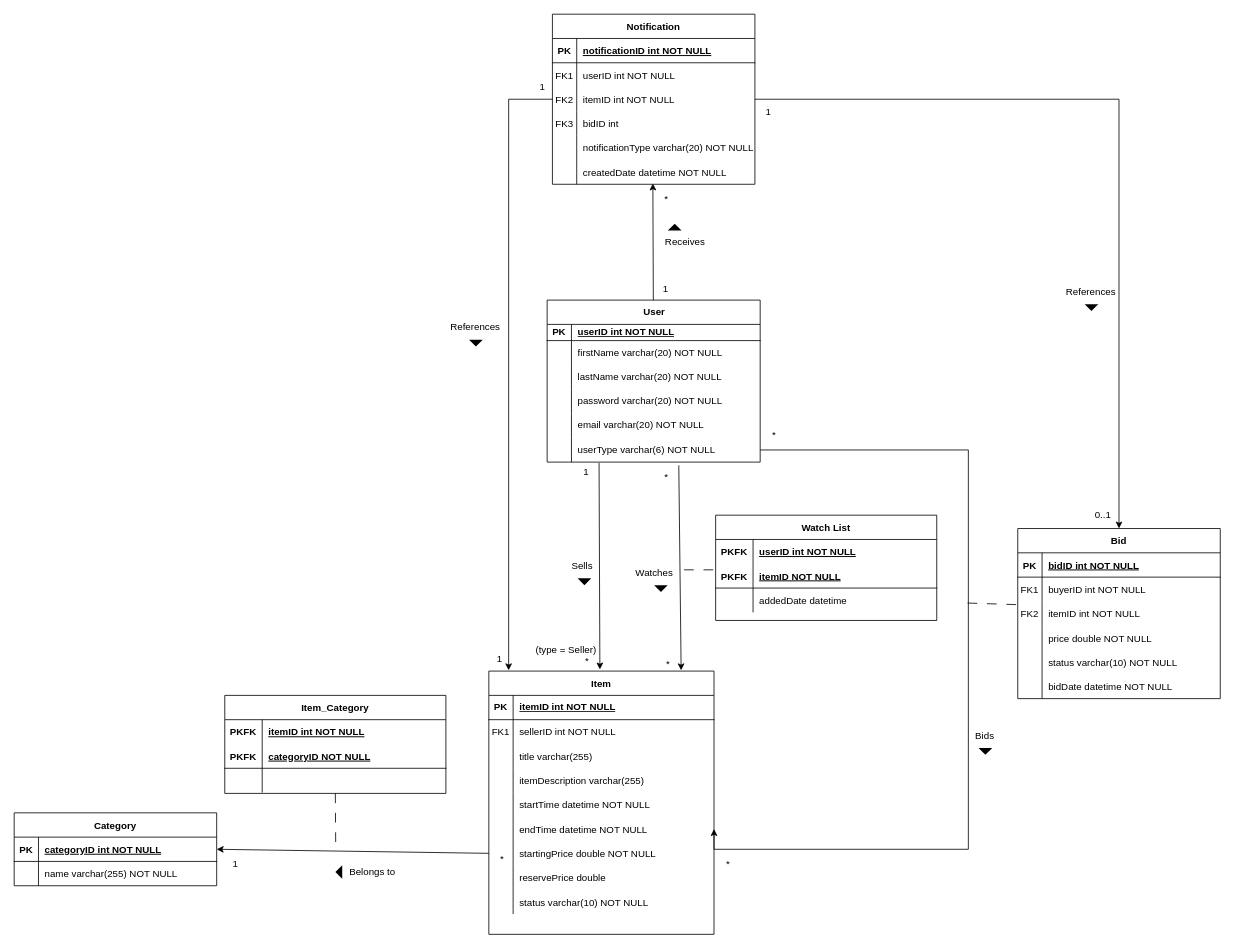
Above: Soran_ER_Diagram.drawio in AnTienHuang/COMP0178 (draw.io), before the change. Source tidied: cells renumbered, new cells numbered last; positions are measured from the earlier drawing's top-left corner, leaving out a move shared by most shapes. Both pictures are drawn from the tidied source at 81%, with x=0, y=0 at pixel (14, 14).
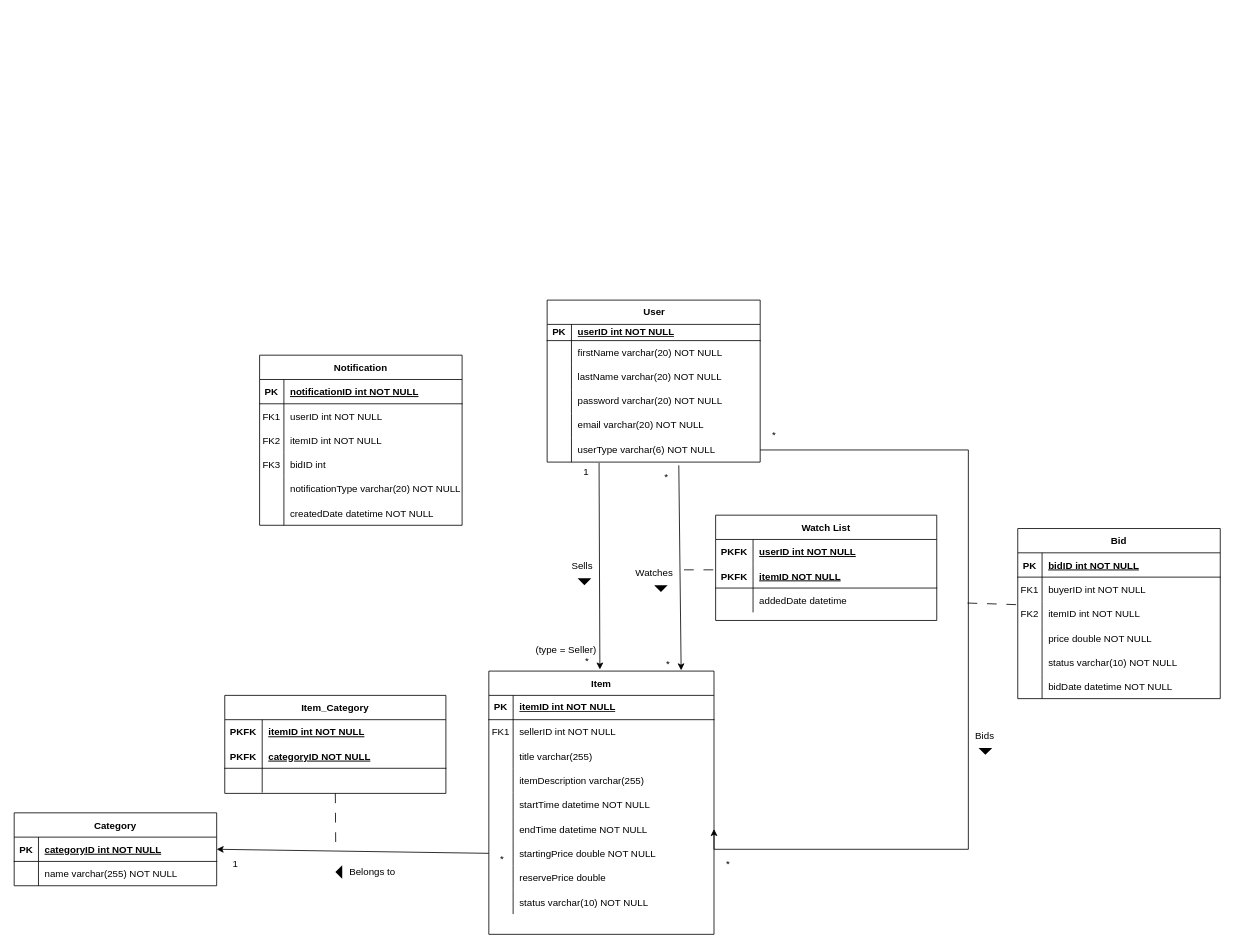
The same diagram, later.

Unchanged cells that the change refers to:
```xml
<mxCell id="3" value="User&lt;br&gt;" style="shape=table;startSize=30;childLayout=tableLayout;rowLines=0;fontStyle=1;align=center;html=1;" parent="1" vertex="1">
  <mxGeometry x="658" y="353" width="263" height="200" as="geometry" />
</mxCell>
<mxCell id="23" value="Bid" style="shape=table;startSize=30;childLayout=tableLayout;rowLines=0;fontStyle=1;align=center;" parent="1" vertex="1">
  <mxGeometry x="1239" y="635" width="250" height="210" as="geometry" />
</mxCell>
<mxCell id="44" value="Item" style="shape=table;startSize=30;childLayout=tableLayout;rowLines=0;fontStyle=1;align=center;swimlaneLine=1;" parent="1" vertex="1">
  <mxGeometry x="586" y="811" width="278" height="325" as="geometry" />
</mxCell>
<mxCell id="126" style="shape=partialRectangle;fillColor=none;points=[[0,0.5],[1,0.5]];portConstraint=eastwest;top=0;left=0;right=0;bottom=0;" parent="119" vertex="1">
  <mxGeometry y="90" width="250" height="30" as="geometry" />
</mxCell>
<mxCell id="135" style="shape=partialRectangle;fillColor=none;points=[[0,0.5],[1,0.5]];portConstraint=eastwest;top=0;left=0;right=0;bottom=0;" parent="119" vertex="1">
  <mxGeometry y="180" width="250" height="30" as="geometry" />
</mxCell>
```

Change to the diagram source:
```diff
@@
     <mxCell id="119" value="Notification" style="shape=table;startSize=30;childLayout=tableLayout;rowLines=0;fontStyle=1;align=center;" parent="1" vertex="1">
-      <mxGeometry x="664.5" width="250" height="210" as="geometry" />
+      <mxGeometry x="303" y="421" width="250" height="210" as="geometry" />
     </mxCell>
@@
-    <mxCell id="138" style="edgeStyle=orthogonalEdgeStyle;rounded=0;jettySize=auto;html=1;entryX=0.5;entryY=0;entryDx=0;entryDy=0;" parent="1" edge="1" source="126" target="23">
-      <mxGeometry relative="1" as="geometry" />
-    </mxCell>
-    <mxCell id="139" style="edgeStyle=orthogonalEdgeStyle;rounded=0;jettySize=auto;html=1;entryX=0.088;entryY=-0.003;entryDx=0;entryDy=0;entryPerimeter=0;" parent="1" edge="1" source="126" target="44">
-      <mxGeometry relative="1" as="geometry" />
-    </mxCell>
-    <mxCell id="140" style="rounded=0;jettySize=auto;html=1;entryX=0.496;entryY=0.967;entryDx=0;entryDy=0;entryPerimeter=0;" parent="1" edge="1" source="3" target="135">
-      <mxGeometry relative="1" as="geometry" />
-    </mxCell>
-    <mxCell id="141" style="triangle;fillColor=strokeColor;rotation=-90;strokeWidth=2;" parent="1" vertex="1">
-      <mxGeometry x="812.5" y="257" width="6" height="12" as="geometry" />
-    </mxCell>
-    <mxCell id="142" value="&lt;font style=&quot;font-size: 12px;&quot;&gt;Receives&lt;/font&gt;" style="text;html=1;align=center;verticalAlign=middle;strokeColor=none;fillColor=none;strokeWidth=5;" parent="1" vertex="1">
-      <mxGeometry x="794.5" y="269" width="67" height="26" as="geometry" />
-    </mxCell>
-    <mxCell id="143" value="*" style="text;html=1;align=center;verticalAlign=middle;strokeColor=none;fillColor=none;" parent="1" vertex="1">
-      <mxGeometry x="793" y="215" width="23" height="26" as="geometry" />
-    </mxCell>
-    <mxCell id="144" value="1" style="text;html=1;align=center;verticalAlign=middle;strokeColor=none;fillColor=none;" parent="1" vertex="1">
-      <mxGeometry x="791" y="327" width="25" height="26" as="geometry" />
-    </mxCell>
-    <mxCell id="145" style="triangle;fillColor=strokeColor;rotation=90;strokeWidth=2;" parent="1" vertex="1">
-      <mxGeometry x="1327" y="356" width="6" height="12" as="geometry" />
-    </mxCell>
-    <mxCell id="146" value="&lt;font style=&quot;font-size: 12px;&quot;&gt;References&lt;/font&gt;" style="text;html=1;align=center;verticalAlign=middle;strokeColor=none;fillColor=none;strokeWidth=5;" parent="1" vertex="1">
-      <mxGeometry x="1289" y="330" width="79" height="26" as="geometry" />
-    </mxCell>
-    <mxCell id="147" value="1" style="text;html=1;align=center;verticalAlign=middle;strokeColor=none;fillColor=none;" parent="1" vertex="1">
-      <mxGeometry x="918" y="108" width="25" height="26" as="geometry" />
-    </mxCell>
-    <mxCell id="148" value="0..1" style="text;html=1;align=center;verticalAlign=middle;strokeColor=none;fillColor=none;" parent="1" vertex="1">
-      <mxGeometry x="1325" y="605" width="38" height="26" as="geometry" />
-    </mxCell>
-    <mxCell id="149" value="1" style="text;html=1;align=center;verticalAlign=middle;strokeColor=none;fillColor=none;" parent="1" vertex="1">
-      <mxGeometry x="639.5" y="77" width="25" height="26" as="geometry" />
-    </mxCell>
-    <mxCell id="150" style="triangle;fillColor=strokeColor;rotation=90;strokeWidth=2;" parent="1" vertex="1">
-      <mxGeometry x="567" y="400" width="6" height="12" as="geometry" />
-    </mxCell>
-    <mxCell id="151" value="&lt;font style=&quot;font-size: 12px;&quot;&gt;References&lt;/font&gt;" style="text;html=1;align=center;verticalAlign=middle;strokeColor=none;fillColor=none;strokeWidth=5;" parent="1" vertex="1">
-      <mxGeometry x="529" y="374" width="79" height="26" as="geometry" />
-    </mxCell>
-    <mxCell id="152" value="1" style="text;html=1;align=center;verticalAlign=middle;strokeColor=none;fillColor=none;" parent="1" vertex="1">
-      <mxGeometry x="586" y="783" width="25" height="26" as="geometry" />
-    </mxCell>
```
